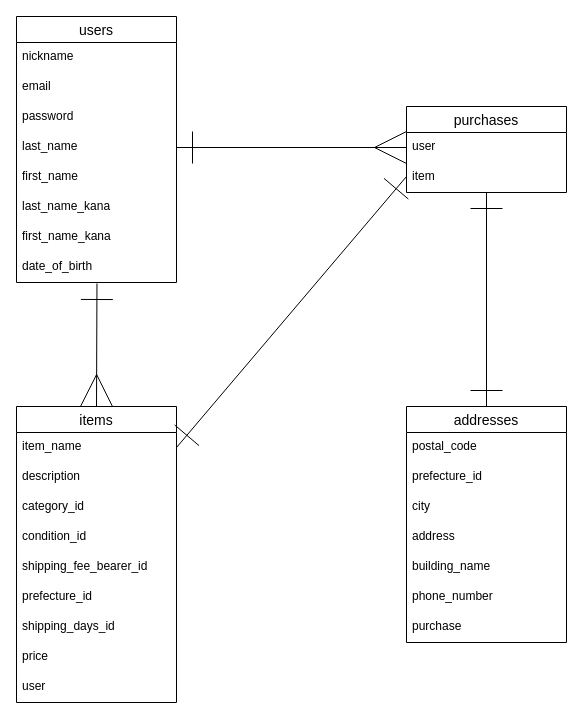
Before: ER.dio in ggjdp668/furima-40364, a draw.io diagram. Source tidied: cells renumbered, new cells numbered last; positions are measured from the earlier drawing's top-left corner, leaving out a move shared by most shapes. Both pictures are drawn from the tidied source at 100%, with x=0, y=0 at pixel (16, 16).
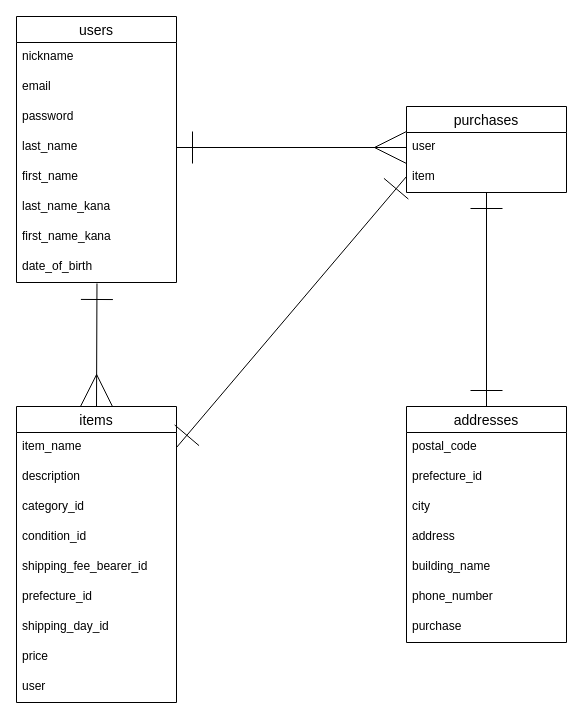
The same page after the edit.

Commit message (it also covers changes not shown here):
データベース設計 修正2

Unchanged cells that the change refers to:
```xml
<mxCell id="12" value="items" style="swimlane;fontStyle=0;horizontal=1;startSize=26;align=center;fontSize=14;" parent="1" vertex="1">
  <mxGeometry y="390" width="160" height="296" as="geometry" />
</mxCell>
```

Diff of the diagram source:
```diff
@@
-    <mxCell id="19" value="shipping_days_id" style="text;strokeColor=none;fillColor=none;spacingLeft=4;spacingRight=4;overflow=hidden;fontSize=12;" parent="12" vertex="1">
+    <mxCell id="19" value="shipping_day_id" style="text;strokeColor=none;fillColor=none;spacingLeft=4;spacingRight=4;overflow=hidden;fontSize=12;" parent="12" vertex="1">
       <mxGeometry y="206" width="160" height="30" as="geometry" />
     </mxCell>
```
